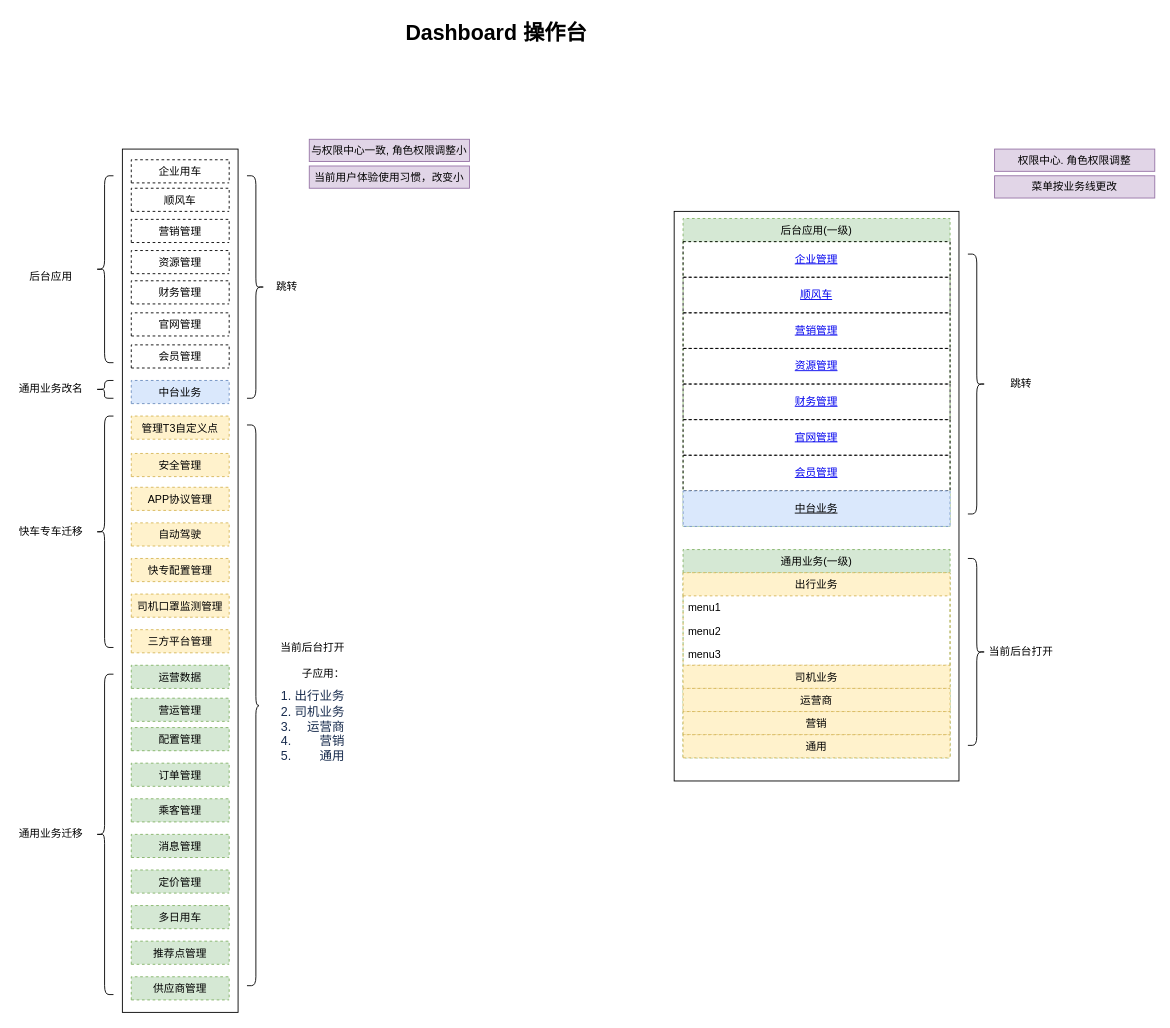
This is micro-admin-menu.drawio from sfyr111/draw, a draw.io file, before an edit. Source tidied: cells renumbered, new cells numbered last; positions are measured from the earlier drawing's top-left corner, leaving out a move shared by most shapes. Both pictures are drawn from the tidied source at 89%, with x=0, y=0 at pixel (15, 15).
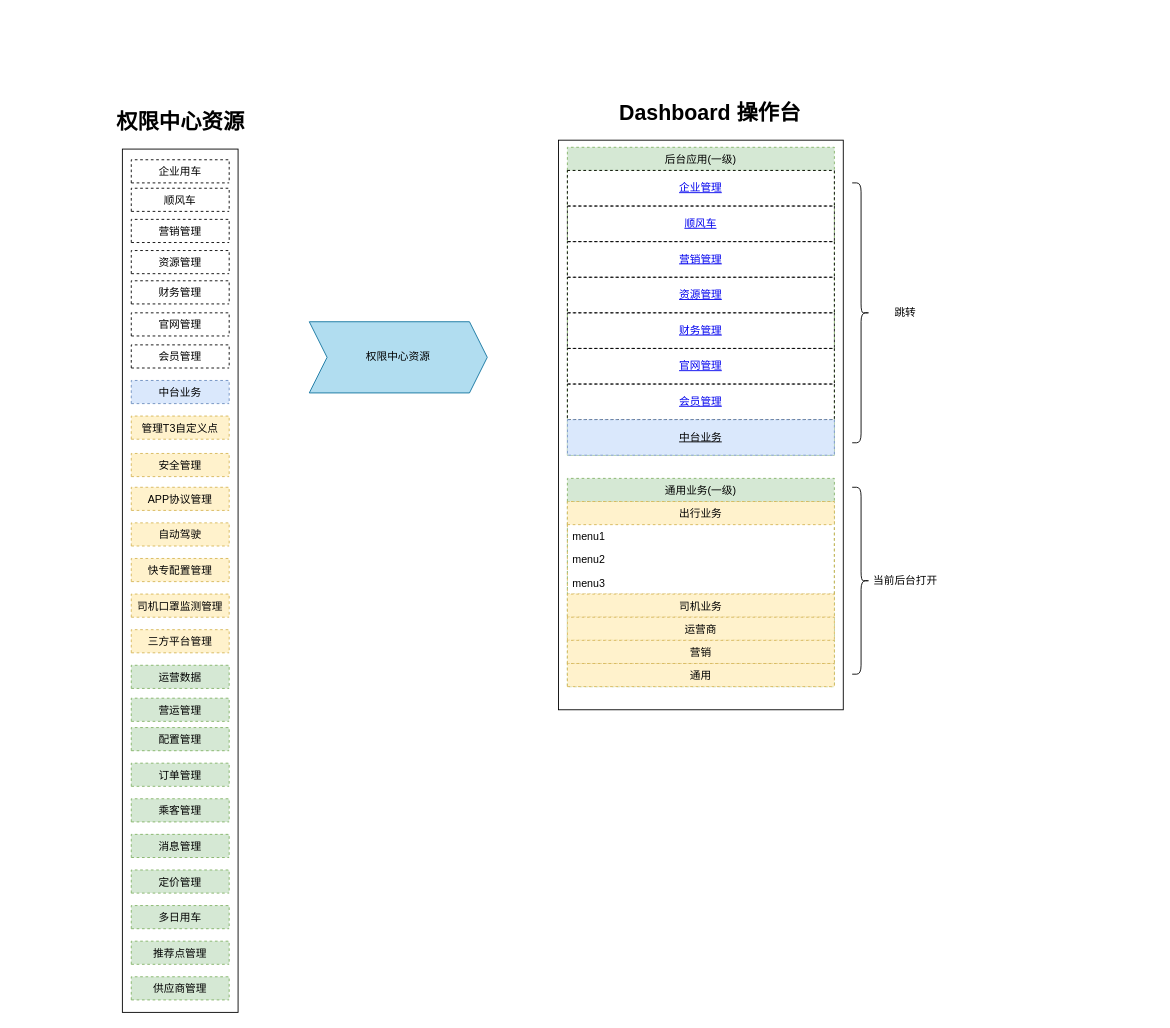
The same page after the edit.

The edit, as a diff of the source:
```diff
@@
-    <mxCell id="27" style="shape=curlyBracket;whiteSpace=wrap;html=1;rounded=1;align=right;" parent="1" vertex="1">
-      <mxGeometry x="90" y="450" width="20" height="260" as="geometry" />
-    </mxCell>
-    <mxCell id="28" style="shape=curlyBracket;whiteSpace=wrap;html=1;rounded=1;align=right;" parent="1" vertex="1">
-      <mxGeometry x="90" y="740" width="20" height="360" as="geometry" />
-    </mxCell>
-    <mxCell id="29" value="快车专车迁移" style="text;html=1;strokeColor=none;fillColor=none;align=center;verticalAlign=middle;whiteSpace=wrap;rounded=0;" parent="1" vertex="1">
-      <mxGeometry y="570" width="80" height="20" as="geometry" />
-    </mxCell>
-    <mxCell id="30" value="通用业务迁移" style="text;html=1;strokeColor=none;fillColor=none;align=center;verticalAlign=middle;whiteSpace=wrap;rounded=0;" parent="1" vertex="1">
-      <mxGeometry y="910" width="80" height="20" as="geometry" />
-    </mxCell>
-    <mxCell id="31" style="shape=curlyBracket;whiteSpace=wrap;html=1;rounded=1;align=right;" parent="1" vertex="1">
-      <mxGeometry x="90" y="410" width="20" height="20" as="geometry" />
-    </mxCell>
-    <mxCell id="32" value="通用业务改名" style="text;html=1;strokeColor=none;fillColor=none;align=center;verticalAlign=middle;whiteSpace=wrap;rounded=0;" parent="1" vertex="1">
-      <mxGeometry y="410" width="80" height="20" as="geometry" />
-    </mxCell>
-    <mxCell id="33" style="shape=curlyBracket;whiteSpace=wrap;html=1;rounded=1;align=right;" parent="1" vertex="1">
-      <mxGeometry x="90" y="180" width="20" height="210" as="geometry" />
-    </mxCell>
-    <mxCell id="34" value="后台应用" style="text;html=1;strokeColor=none;fillColor=none;align=center;verticalAlign=middle;whiteSpace=wrap;rounded=0;" parent="1" vertex="1">
-      <mxGeometry y="284" width="80" height="20" as="geometry" />
-    </mxCell>
-    <mxCell id="35" style="shape=curlyBracket;whiteSpace=wrap;html=1;rounded=1;align=right;direction=west;" parent="1" vertex="1">
-      <mxGeometry x="260" y="180" width="20" height="250" as="geometry" />
-    </mxCell>
-    <mxCell id="36" value="跳转" style="text;html=1;strokeColor=none;fillColor=none;align=center;verticalAlign=middle;whiteSpace=wrap;rounded=0;" parent="1" vertex="1">
-      <mxGeometry x="265" y="295" width="80" height="20" as="geometry" />
-    </mxCell>
-    <mxCell id="37" style="shape=curlyBracket;whiteSpace=wrap;html=1;rounded=1;align=right;direction=west;" parent="1" vertex="1">
-      <mxGeometry x="260" y="460" width="20" height="630" as="geometry" />
-    </mxCell>
-    <mxCell id="38" value="&lt;span style=&quot;text-align: center&quot;&gt;&lt;br&gt;&lt;br&gt;当前后台打开&lt;br&gt;&lt;br&gt;子应用：&lt;br&gt;&lt;/span&gt;&lt;ol style=&quot;margin: 10px 0px 0px ; color: rgb(23 , 43 , 77) ; font-family: , &amp;#34;blinkmacsystemfont&amp;#34; , &amp;#34;segoe ui&amp;#34; , &amp;#34;roboto&amp;#34; , &amp;#34;oxygen&amp;#34; , &amp;#34;ubuntu&amp;#34; , &amp;#34;fira sans&amp;#34; , &amp;#34;droid sans&amp;#34; , &amp;#34;helvetica neue&amp;#34; , sans-serif ; font-size: 14px ; background-color: rgb(255 , 255 , 255)&quot;&gt;&lt;li&gt;出行业务&lt;/li&gt;&lt;li&gt;司机业务&lt;/li&gt;&lt;li&gt;运营商&lt;/li&gt;&lt;li&gt;营销&lt;/li&gt;&lt;li&gt;通用&lt;/li&gt;&lt;/ol&gt;" style="text;html=1;strokeColor=none;fillColor=none;spacing=5;spacingTop=-20;whiteSpace=wrap;overflow=hidden;rounded=0;align=right;" parent="1" vertex="1">
-      <mxGeometry x="265" y="685" width="110" height="190" as="geometry" />
-    </mxCell>
     <mxCell id="39" style="rounded=0;whiteSpace=wrap;html=1;" parent="1" vertex="1">
-      <mxGeometry x="740" y="220" width="320" height="640" as="geometry" />
+      <mxGeometry x="610" y="140" width="320" height="640" as="geometry" />
     </mxCell>
     <mxCell id="40" value="后台应用(一级)" style="swimlane;fontStyle=0;horizontal=1;startSize=26;fillColor=#d5e8d4;dashed=1;strokeColor=#82b366;" parent="1" vertex="1">
-      <mxGeometry x="750" y="228" width="300" height="346" as="geometry" />
+      <mxGeometry x="620" y="148" width="300" height="346" as="geometry" />
     </mxCell>
@@
     <mxCell id="50" value="通用业务(一级)" style="swimlane;fontStyle=0;horizontal=1;startSize=26;fillColor=#d5e8d4;dashed=1;strokeColor=#82b366;" parent="1" vertex="1">
-      <mxGeometry x="750" y="600" width="300" height="234" as="geometry" />
+      <mxGeometry x="620" y="520" width="300" height="234" as="geometry" />
     </mxCell>
@@
     <mxCell id="59" style="shape=curlyBracket;whiteSpace=wrap;html=1;rounded=1;align=right;direction=west;" parent="1" vertex="1">
-      <mxGeometry x="1070" y="268" width="20" height="292" as="geometry" />
+      <mxGeometry x="940" y="188" width="20" height="292" as="geometry" />
     </mxCell>
     <mxCell id="60" value="跳转" style="text;html=1;strokeColor=none;fillColor=none;align=center;verticalAlign=middle;whiteSpace=wrap;rounded=0;" parent="1" vertex="1">
-      <mxGeometry x="1090" y="404" width="80" height="20" as="geometry" />
+      <mxGeometry x="960" y="324" width="80" height="20" as="geometry" />
     </mxCell>
     <mxCell id="61" style="shape=curlyBracket;whiteSpace=wrap;html=1;rounded=1;align=right;direction=west;" parent="1" vertex="1">
-      <mxGeometry x="1070" y="610" width="20" height="210" as="geometry" />
+      <mxGeometry x="940" y="530" width="20" height="210" as="geometry" />
     </mxCell>
     <mxCell id="62" value="当前后台打开" style="text;html=1;strokeColor=none;fillColor=none;align=center;verticalAlign=middle;whiteSpace=wrap;rounded=0;" parent="1" vertex="1">
-      <mxGeometry x="1090" y="705" width="80" height="20" as="geometry" />
+      <mxGeometry x="960" y="625" width="80" height="20" as="geometry" />
     </mxCell>
     <mxCell id="63" value="Dashboard 操作台" style="text;strokeColor=none;fillColor=none;html=1;fontSize=24;fontStyle=1;verticalAlign=middle;align=center;dashed=1;" parent="1" vertex="1">
-      <mxGeometry x="430" width="220" height="40" as="geometry" />
+      <mxGeometry x="670" y="90" width="220" height="40" as="geometry" />
     </mxCell>
-    <mxCell id="64" value="权限中心. 角色权限调整" style="text;html=1;strokeColor=#9673a6;fillColor=#e1d5e7;align=center;verticalAlign=middle;whiteSpace=wrap;rounded=0;" parent="1" vertex="1">
-      <mxGeometry x="1100" y="150" width="180" height="25" as="geometry" />
-    </mxCell>
-    <mxCell id="65" value="菜单按业务线更改" style="text;html=1;strokeColor=#9673a6;fillColor=#e1d5e7;align=center;verticalAlign=middle;whiteSpace=wrap;rounded=0;" parent="1" vertex="1">
-      <mxGeometry x="1100" y="180" width="180" height="25" as="geometry" />
-    </mxCell>
-    <mxCell id="66" value="与权限中心一致, 角色权限调整小" style="text;html=1;strokeColor=#9673a6;fillColor=#e1d5e7;align=center;verticalAlign=middle;whiteSpace=wrap;rounded=0;" parent="1" vertex="1">
-      <mxGeometry x="330" y="139" width="180" height="25" as="geometry" />
-    </mxCell>
-    <mxCell id="67" value="当前用户体验使用习惯，改变小" style="text;html=1;strokeColor=#9673a6;fillColor=#e1d5e7;align=center;verticalAlign=middle;whiteSpace=wrap;rounded=0;" parent="1" vertex="1">
-      <mxGeometry x="330" y="169" width="180" height="25" as="geometry" />
-    </mxCell>
+    <mxCell id="68" value="权限中心资源" style="shape=step;perimeter=stepPerimeter;whiteSpace=wrap;html=1;fixedSize=1;fillColor=#b1ddf0;strokeColor=#10739e;" parent="1" vertex="1">
+      <mxGeometry x="330" y="344" width="200" height="80" as="geometry" />
+    </mxCell>
+    <mxCell id="69" value="权限中心资源" style="text;strokeColor=none;fillColor=none;html=1;fontSize=24;fontStyle=1;verticalAlign=middle;align=center;dashed=1;" parent="1" vertex="1">
+      <mxGeometry x="105" y="100" width="160" height="40" as="geometry" />
+    </mxCell>
```
